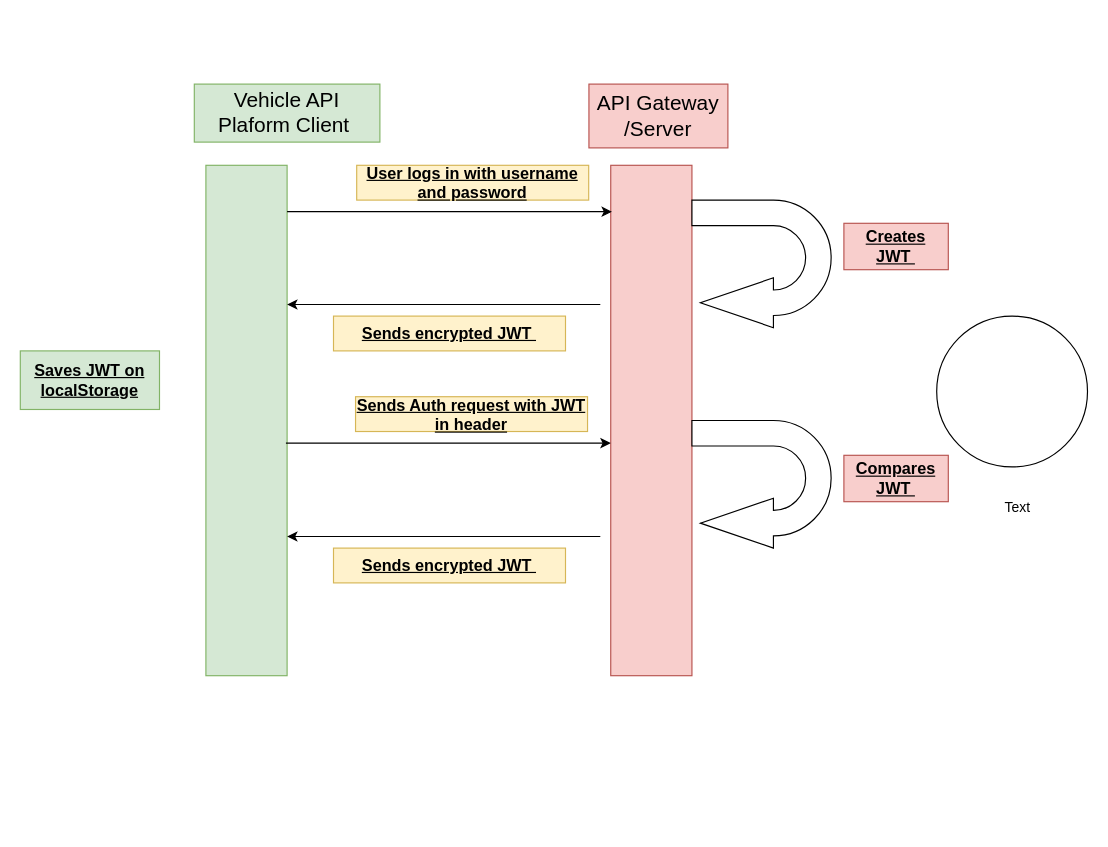
Before: Diagrams/Authentication.drawio in atheeswaran/VehicleAPIPlatform, a draw.io diagram. Source tidied: cells renumbered, new cells numbered last; positions are measured from the earlier drawing's top-left corner, leaving out a move shared by most shapes. Both pictures are drawn from the tidied source at 116%, with x=0, y=0 at pixel (20, 84).
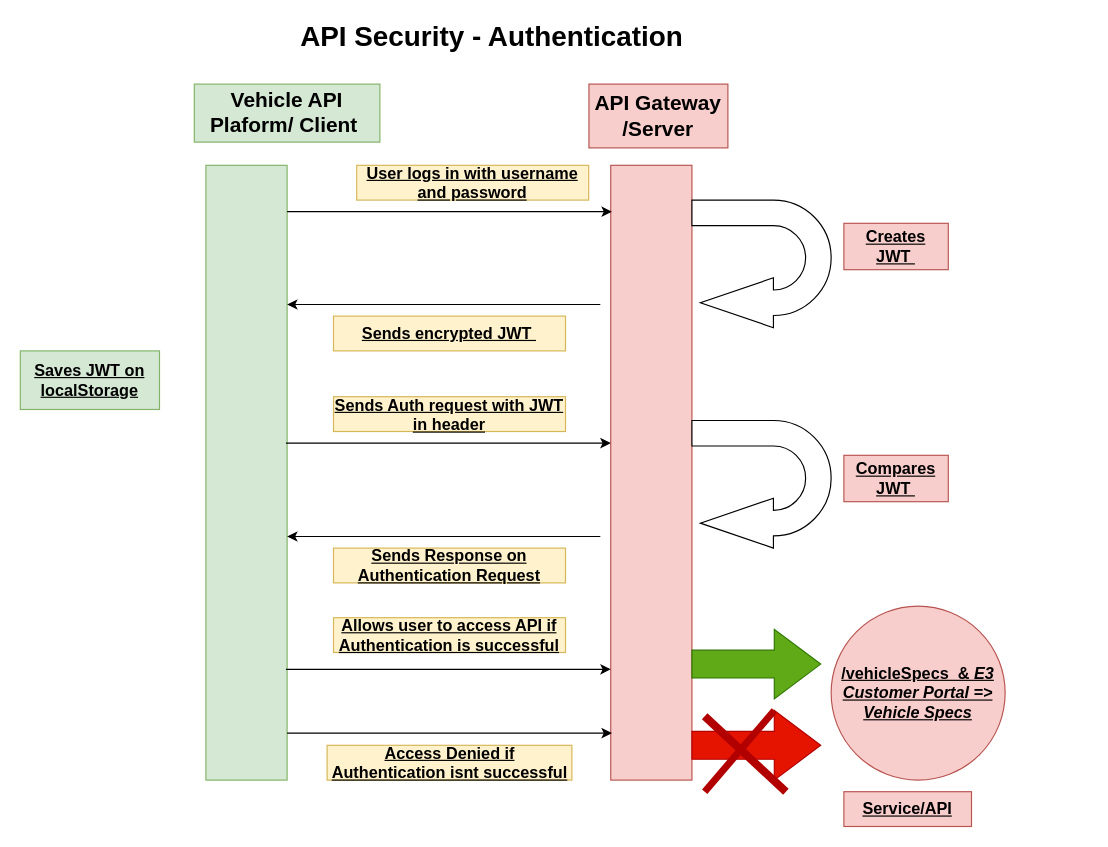
After the change.

Diff of the diagram source:
```diff
@@
     <mxCell id="2" style="html=1;points=[[0,0,0,0,5],[0,1,0,0,-5],[1,0,0,0,5],[1,1,0,0,-5]];perimeter=orthogonalPerimeter;outlineConnect=0;targetShapes=umlLifeline;portConstraint=eastwest;newEdgeStyle={&quot;curved&quot;:0,&quot;rounded&quot;:0};fillColor=#d5e8d4;strokeColor=#82b366;" parent="1" vertex="1">
-      <mxGeometry x="160" y="70" width="70" height="440" as="geometry" />
+      <mxGeometry x="160" y="70" width="70" height="530" as="geometry" />
     </mxCell>
     <mxCell id="3" style="html=1;perimeter=orthogonalPerimeter;targetShapes=umlLifeline;newEdgeStyle={&quot;curved&quot;:0,&quot;rounded&quot;:0};fillColor=#f8cecc;strokeColor=#b85450;" parent="1" vertex="1">
-      <mxGeometry x="509" y="70" width="70" height="440" as="geometry" />
+      <mxGeometry x="509" y="70" width="70" height="530" as="geometry" />
     </mxCell>
-    <mxCell id="4" value="&lt;font style=&quot;font-size: 18px;&quot;&gt;Vehicle API Plaform Client&amp;nbsp;&lt;/font&gt;" style="text;html=1;align=center;verticalAlign=middle;whiteSpace=wrap;rounded=0;fillColor=#d5e8d4;strokeColor=#82b366;" parent="1" vertex="1">
+    <mxCell id="4" value="&lt;font style=&quot;font-size: 18px;&quot;&gt;&lt;b&gt;Vehicle API Plaform/ Client&amp;nbsp;&lt;/b&gt;&lt;/font&gt;" style="text;html=1;align=center;verticalAlign=middle;whiteSpace=wrap;rounded=0;fillColor=#d5e8d4;strokeColor=#82b366;" parent="1" vertex="1">
       <mxGeometry x="150" width="160" height="50" as="geometry" />
     </mxCell>
-    <mxCell id="5" value="&lt;font style=&quot;font-size: 18px;&quot;&gt;API Gateway /Server&lt;/font&gt;" style="text;html=1;align=center;verticalAlign=middle;whiteSpace=wrap;rounded=0;fillColor=#f8cecc;strokeColor=#b85450;" parent="1" vertex="1">
+    <mxCell id="5" value="&lt;font style=&quot;font-size: 18px;&quot;&gt;&lt;b&gt;API Gateway /Server&lt;/b&gt;&lt;/font&gt;" style="text;html=1;align=center;verticalAlign=middle;whiteSpace=wrap;rounded=0;fillColor=#f8cecc;strokeColor=#b85450;" parent="1" vertex="1">
       <mxGeometry x="490.2" width="119.8" height="55" as="geometry" />
     </mxCell>
-    <mxCell id="6" style="ellipse;whiteSpace=wrap;html=1;" parent="1" vertex="1">
-      <mxGeometry x="790" y="200" width="130" height="130" as="geometry" />
+    <mxCell id="6" value="&lt;font style=&quot;font-size: 14px;&quot;&gt;&lt;u style=&quot;&quot;&gt;&lt;b&gt;/vehicleSpecs&amp;nbsp; &amp;amp;&amp;nbsp;&lt;i style=&quot;&quot;&gt;&lt;span style=&quot;line-height: 115%; font-family: Calibri, sans-serif;&quot;&gt;E3&lt;br&gt;Customer Portal =&amp;gt; Vehicle Specs&lt;/span&gt;&lt;/i&gt;&lt;/b&gt;&lt;/u&gt;&lt;/font&gt;" style="ellipse;whiteSpace=wrap;html=1;fillColor=#f8cecc;strokeColor=#b85450;rotation=0;" parent="1" vertex="1">
+      <mxGeometry x="699" y="450" width="150" height="150" as="geometry" />
     </mxCell>
-    <mxCell id="7" value="Text" style="text;html=1;align=center;verticalAlign=middle;whiteSpace=wrap;rounded=0;" parent="1" vertex="1">
-      <mxGeometry x="830" y="350" width="60" height="30" as="geometry" />
-    </mxCell>
@@
-    <mxCell id="15" value="&lt;span style=&quot;font-size: 14px;&quot;&gt;&lt;b&gt;&lt;u&gt;Sends encrypted JWT&amp;nbsp;&lt;/u&gt;&lt;/b&gt;&lt;/span&gt;" style="text;html=1;align=center;verticalAlign=middle;whiteSpace=wrap;rounded=0;fillColor=#fff2cc;strokeColor=#d6b656;" parent="1" vertex="1">
+    <mxCell id="15" value="&lt;span style=&quot;font-size: 14px;&quot;&gt;&lt;b&gt;&lt;u&gt;Sends Response on Authentication Request&lt;/u&gt;&lt;/b&gt;&lt;/span&gt;" style="text;html=1;align=center;verticalAlign=middle;whiteSpace=wrap;rounded=0;fillColor=#fff2cc;strokeColor=#d6b656;" parent="1" vertex="1">
       <mxGeometry x="270" y="400" width="200" height="30" as="geometry" />
     </mxCell>
@@
     <mxCell id="17" value="&lt;font style=&quot;font-size: 14px;&quot;&gt;&lt;b&gt;&lt;u&gt;Sends Auth request with JWT in header&lt;/u&gt;&lt;/b&gt;&lt;/font&gt;" style="text;html=1;align=center;verticalAlign=middle;whiteSpace=wrap;rounded=0;fillColor=#fff2cc;strokeColor=#d6b656;" parent="1" vertex="1">
-      <mxGeometry x="289" y="269.5" width="200" height="30" as="geometry" />
+      <mxGeometry x="270" y="269.5" width="200" height="30" as="geometry" />
     </mxCell>
@@
+    <mxCell id="21" style="endArrow=classic;html=1;rounded=0;" parent="1" edge="1">
+      <mxGeometry relative="1" as="geometry">
+        <mxPoint x="229" y="504.5" as="sourcePoint" />
+        <mxPoint x="509" y="504.5" as="targetPoint" />
+      </mxGeometry>
+    </mxCell>
+    <mxCell id="22" value="&lt;font style=&quot;font-size: 14px;&quot;&gt;&lt;b&gt;&lt;u&gt;Allows user to access API if Authentication is successful&lt;/u&gt;&lt;/b&gt;&lt;/font&gt;" style="text;html=1;align=center;verticalAlign=middle;whiteSpace=wrap;rounded=0;fillColor=#fff2cc;strokeColor=#d6b656;" parent="1" vertex="1">
+      <mxGeometry x="270" y="460" width="200" height="30" as="geometry" />
+    </mxCell>
+    <mxCell id="23" style="html=1;shadow=0;dashed=0;align=center;verticalAlign=middle;shape=mxgraph.arrows2.arrow;dy=0.6;dx=40;notch=0;fillColor=#60a917;fontColor=#ffffff;strokeColor=#2D7600;" parent="1" vertex="1">
+      <mxGeometry x="579" y="470" width="111" height="60" as="geometry" />
+    </mxCell>
+    <mxCell id="24" value="&lt;span style=&quot;font-size: 14px;&quot;&gt;&lt;b&gt;&lt;u&gt;Access Denied if Authentication isnt successful&lt;/u&gt;&lt;/b&gt;&lt;/span&gt;" style="text;html=1;align=center;verticalAlign=middle;whiteSpace=wrap;rounded=0;fillColor=#fff2cc;strokeColor=#d6b656;" parent="1" vertex="1">
+      <mxGeometry x="264.5" y="570" width="211" height="30" as="geometry" />
+    </mxCell>
+    <mxCell id="25" style="endArrow=classic;html=1;rounded=0;" parent="1" edge="1">
+      <mxGeometry relative="1" as="geometry">
+        <mxPoint x="230" y="559.5" as="sourcePoint" />
+        <mxPoint x="510" y="559.5" as="targetPoint" />
+      </mxGeometry>
+    </mxCell>
+    <mxCell id="26" style="html=1;shadow=0;dashed=0;align=center;verticalAlign=middle;shape=mxgraph.arrows2.arrow;dy=0.6;dx=40;notch=0;fillColor=#e51400;fontColor=#ffffff;strokeColor=#B20000;" parent="1" vertex="1">
+      <mxGeometry x="579" y="540" width="111" height="60" as="geometry" />
+    </mxCell>
+    <mxCell id="27" style="endArrow=none;html=1;rounded=0;fillColor=#e51400;strokeColor=#B20000;strokeWidth=6;entryX=0;entryY=0;entryDx=71;entryDy=0;entryPerimeter=0;" parent="1" edge="1" target="26">
+      <mxGeometry relative="1" as="geometry">
+        <mxPoint x="590" y="610" as="sourcePoint" />
+      </mxGeometry>
+    </mxCell>
+    <mxCell id="28" style="endArrow=none;html=1;rounded=0;fillColor=#e51400;strokeColor=#B20000;strokeWidth=7;" parent="1" edge="1">
+      <mxGeometry relative="1" as="geometry">
+        <mxPoint x="660" y="610" as="sourcePoint" />
+        <mxPoint x="590" y="545" as="targetPoint" />
+      </mxGeometry>
+    </mxCell>
+    <mxCell id="29" value="&lt;b&gt;&lt;u&gt;&lt;font style=&quot;font-size: 14px;&quot;&gt;Service/API&lt;/font&gt;&lt;/u&gt;&lt;/b&gt;" style="text;html=1;align=center;verticalAlign=middle;whiteSpace=wrap;rounded=0;fillColor=#f8cecc;strokeColor=#b85450;" parent="1" vertex="1">
+      <mxGeometry x="710" y="610" width="110" height="30" as="geometry" />
+    </mxCell>
+    <mxCell id="30" value="&lt;font style=&quot;font-size: 24px;&quot;&gt;&lt;b&gt;API Security - Authentication&amp;nbsp;&lt;/b&gt;&lt;/font&gt;" style="text;html=1;align=center;verticalAlign=middle;whiteSpace=wrap;rounded=0;" parent="1" vertex="1">
+      <mxGeometry x="210" y="-55" width="400" height="30" as="geometry" />
+    </mxCell>
```
